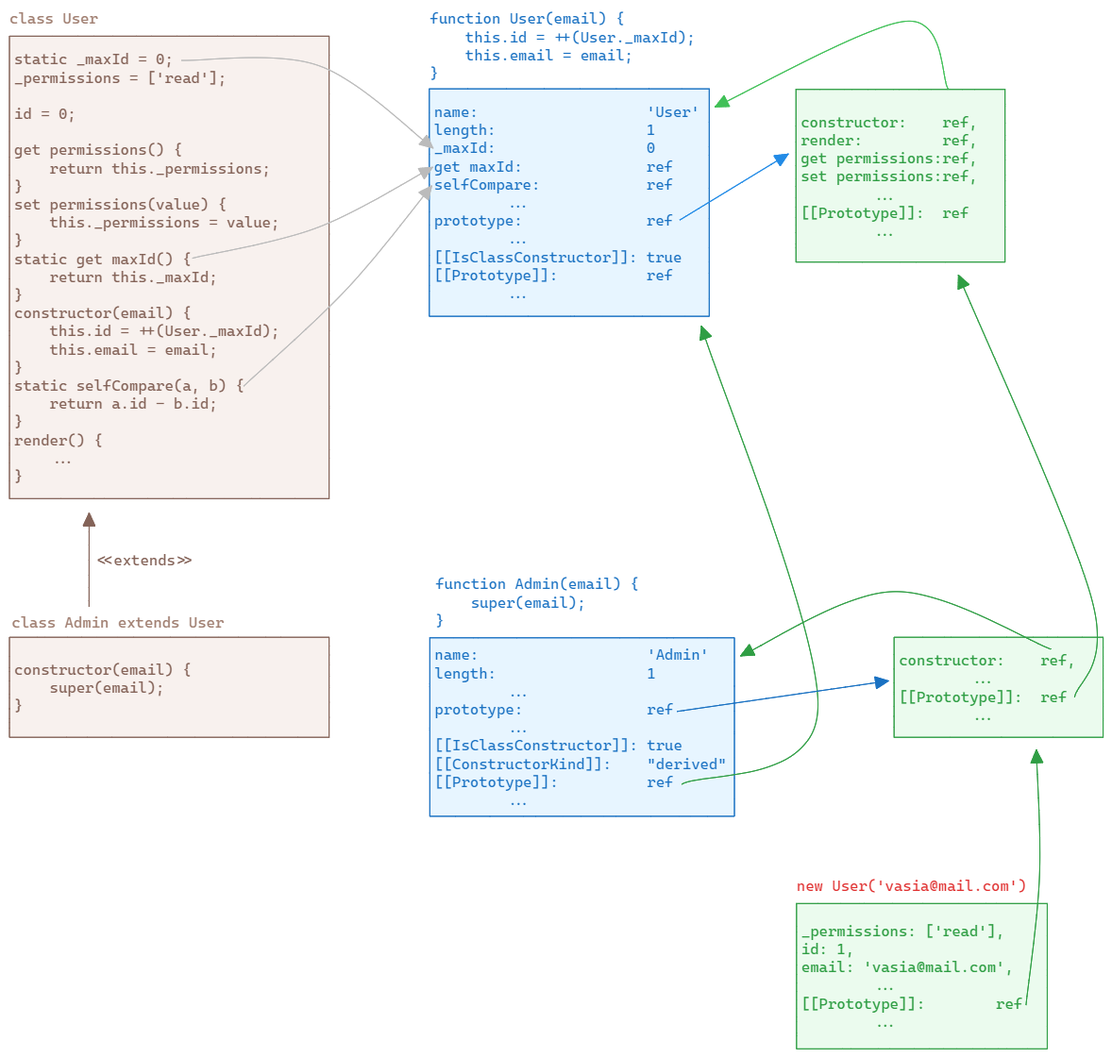
Before: img/708_class_static_inheritance.excalidraw.png, a diagram exported from Excalidraw (silvercodes/p32_p34_js). Source tidied: one line per element, renumbered; positions are measured from the earlier drawing's top-left corner, leaving out a move shared by most shapes.
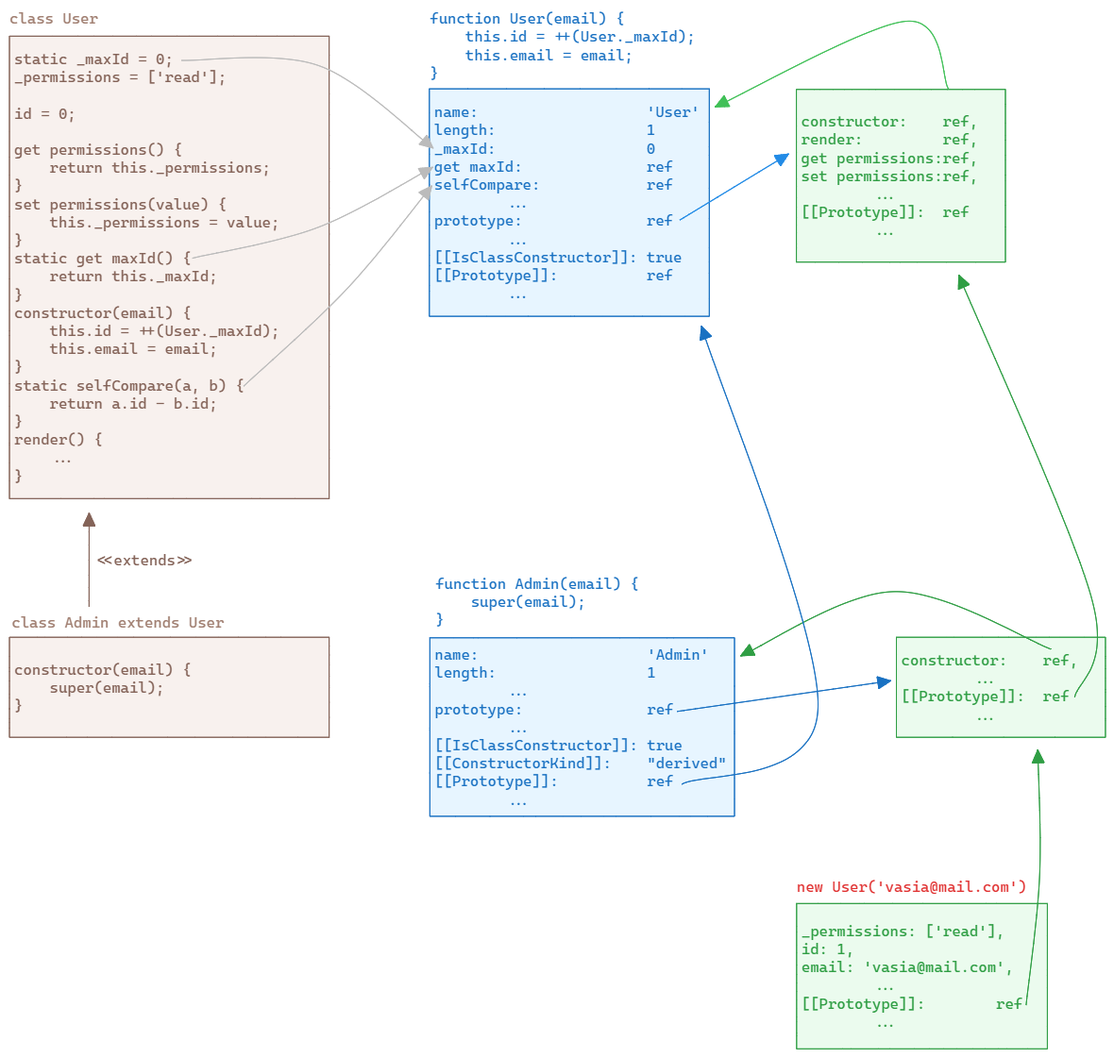
After the commit.

The edit, as a diff of the source:
```diff
@@ -4,10 +4,10 @@
 {"id": 3, "type": "rectangle", "strokeColor": "#1971c2", "backgroundColor": "#e7f5ff", "fillStyle": "solid", "strokeWidth": 1, "roughness": 0, "x": 445, "y": 84, "width": 297, "height": 241}
 {"id": 4, "type": "text", "text": "name:                   'User'\nlength:                 1\n_maxId:                 0\nget maxId:              ref\nselfCompare:            ref\n        ...\nprototype:              ref\n        ...\n[[IsClassConstructor]]: true\n[[Prototype]]:          ref\n        ...", "strokeColor": "#1971c2", "backgroundColor": "#e6fcf5", "fillStyle": "solid", "strokeWidth": 2, "roughness": 0, "fontSize": 16, "fontFamily": 3, "verticalAlign": "middle", "inside": 3, "x": 450, "y": 99, "width": 281, "height": 211}
 {"id": 5, "type": "text", "text": "function User(email) {\n    this.id = ++(User._maxId);\n    this.email = email;\n}", "strokeColor": "#1971c2", "backgroundColor": "#e7f5ff", "fillStyle": "solid", "strokeWidth": 1, "roughness": 0, "fontSize": 16, "fontFamily": 3, "x": 445, "y": 0, "width": 281, "height": 77}
-{"id": 6, "type": "rectangle", "strokeColor": "#2f9e44", "backgroundColor": "#ebfbee", "fillStyle": "solid", "strokeWidth": 1, "roughness": 0, "x": 833, "y": 85, "width": 221, "height": 183}
+{"id": 6, "type": "rectangle", "strokeColor": "#2f9e44", "backgroundColor": "#ebfbee", "fillStyle": "solid", "strokeWidth": 1, "roughness": 0, "x": 834, "y": 85, "width": 221, "height": 183}
-{"id": 7, "type": "text", "text": "constructor:    ref,\nrender:         ref,\nget permissions:ref,\nset permissions:ref,\n        ...\n[[Prototype]]:  ref\n        ...", "strokeColor": "#2f9e44", "backgroundColor": "#e6fcf5", "fillStyle": "solid", "strokeWidth": 2, "roughness": 0, "fontSize": 16, "fontFamily": 3, "verticalAlign": "middle", "inside": 6, "x": 838, "y": 109, "width": 188, "height": 134}
+{"id": 7, "type": "text", "text": "constructor:    ref,\nrender:         ref,\nget permissions:ref,\nset permissions:ref,\n        ...\n[[Prototype]]:  ref\n        ...", "strokeColor": "#2f9e44", "backgroundColor": "#e6fcf5", "fillStyle": "solid", "strokeWidth": 2, "roughness": 0, "fontSize": 16, "fontFamily": 3, "verticalAlign": "middle", "inside": 6, "x": 839, "y": 109, "width": 188, "height": 134}
 {"id": 8, "type": "arrow", "strokeColor": "#228be6", "backgroundColor": "#eaddd7", "fillStyle": "solid", "strokeWidth": 1, "roughness": 0, "endArrowhead": "triangle", "round": true, "to": 6, "x": 710, "y": 223, "width": 115, "height": 70, "points": [[0, 0], [115, -70]]}
-{"id": 9, "type": "arrow", "strokeColor": "#40c057", "backgroundColor": "#eaddd7", "fillStyle": "solid", "strokeWidth": 1, "roughness": 0, "endArrowhead": "triangle", "round": true, "from": 6, "to": 3, "x": 994, "y": 84, "width": 246, "height": 91, "points": [[0, 0], [-44, -71], [-246, 20]]}
+{"id": 9, "type": "arrow", "strokeColor": "#40c057", "backgroundColor": "#eaddd7", "fillStyle": "solid", "strokeWidth": 1, "roughness": 0, "endArrowhead": "triangle", "round": true, "from": 6, "to": 3, "x": 994, "y": 84, "width": 247, "height": 91, "points": [[0, 0], [-45, -71], [-247, 20]]}
 {"id": 10, "type": "text", "text": "new User('vasia@mail.com')", "strokeColor": "#e03131", "backgroundColor": "#f8f9fa", "fillStyle": "solid", "strokeWidth": 1, "roughness": 0, "fontSize": 16, "fontFamily": 3, "x": 834, "y": 919, "width": 244, "height": 19}
 {"id": 11, "type": "rectangle", "strokeColor": "#2f9e44", "backgroundColor": "#ebfbee", "fillStyle": "solid", "strokeWidth": 1, "roughness": 0, "x": 834, "y": 947, "width": 266, "height": 154}
 {"id": 12, "type": "text", "text": "_permissions: ['read'],\nid: 1,\nemail: 'vasia@mail.com',\n        ...\n[[Prototype]]:        ref\n        ...", "strokeColor": "#2f9e44", "backgroundColor": "#e6fcf5", "fillStyle": "solid", "strokeWidth": 2, "roughness": 0, "fontSize": 16, "fontFamily": 3, "verticalAlign": "middle", "inside": 11, "x": 839, "y": 967, "width": 234, "height": 115}
@@ -21,11 +21,11 @@
 {"id": 20, "type": "text", "text": "<<extends>>", "strokeColor": "#846358", "strokeWidth": 2, "roughness": 0, "fontSize": 16, "fontFamily": 3, "x": 92, "y": 574, "width": 103, "height": 19}
 {"id": 21, "type": "rectangle", "strokeColor": "#1971c2", "backgroundColor": "#e7f5ff", "fillStyle": "solid", "strokeWidth": 1, "roughness": 0, "x": 445, "y": 666, "width": 323, "height": 189}
 {"id": 22, "type": "text", "text": "name:                   'Admin'\nlength:                 1\n        ...\nprototype:              ref\n        ...\n[[IsClassConstructor]]: true\n[[ConstructorKind]]:    \"derived\"\n[[Prototype]]:          ref\n        ...", "strokeColor": "#1971c2", "backgroundColor": "#e6fcf5", "fillStyle": "solid", "strokeWidth": 2, "roughness": 0, "fontSize": 16, "fontFamily": 3, "verticalAlign": "middle", "inside": 21, "x": 450, "y": 674, "width": 309, "height": 173}
-{"id": 23, "type": "rectangle", "strokeColor": "#2f9e44", "backgroundColor": "#ebfbee", "fillStyle": "solid", "strokeWidth": 1, "roughness": 0, "x": 937, "y": 665, "width": 221, "height": 106}
+{"id": 23, "type": "rectangle", "strokeColor": "#2f9e44", "backgroundColor": "#ebfbee", "fillStyle": "solid", "strokeWidth": 1, "roughness": 0, "x": 940, "y": 665, "width": 221, "height": 106}
-{"id": 24, "type": "text", "text": "constructor:    ref,\n        ...\n[[Prototype]]:  ref\n        ...", "strokeColor": "#2f9e44", "backgroundColor": "#e6fcf5", "fillStyle": "solid", "strokeWidth": 2, "roughness": 0, "fontSize": 16, "fontFamily": 3, "verticalAlign": "middle", "inside": 23, "x": 942, "y": 680, "width": 188, "height": 77}
+{"id": 24, "type": "text", "text": "constructor:    ref,\n        ...\n[[Prototype]]:  ref\n        ...", "strokeColor": "#2f9e44", "backgroundColor": "#e6fcf5", "fillStyle": "solid", "strokeWidth": 2, "roughness": 0, "fontSize": 16, "fontFamily": 3, "verticalAlign": "middle", "inside": 23, "x": 945, "y": 680, "width": 188, "height": 77}
 {"id": 25, "type": "arrow", "strokeColor": "#2f9e44", "strokeWidth": 1, "roughness": 0, "endArrowhead": "triangle", "round": true, "to": 21, "x": 1103, "y": 678, "width": 329, "height": 68, "points": [[0, 0], [-166, -61], [-329, 7]]}
-{"id": 26, "type": "arrow", "strokeColor": "#2f9e44", "strokeWidth": 1, "roughness": 0, "endArrowhead": "triangle", "round": true, "to": 6, "x": 1128, "y": 729, "width": 141, "height": 447, "points": [[0, 0], [18, -106], [-123, -447]]}
+{"id": 26, "type": "arrow", "strokeColor": "#2f9e44", "strokeWidth": 1, "roughness": 0, "endArrowhead": "triangle", "round": true, "to": 6, "x": 1128, "y": 729, "width": 140, "height": 447, "points": [[0, 0], [18, -106], [-123, -447]]}
-{"id": 27, "type": "arrow", "strokeColor": "#2f9e44", "strokeWidth": 1, "roughness": 0, "endArrowhead": "triangle", "round": true, "to": 23, "x": 1077, "y": 1055, "width": 14, "height": 270, "points": [[0, 0], [14, -136], [11, -270]]}
+{"id": 27, "type": "arrow", "strokeColor": "#2f9e44", "strokeWidth": 1, "roughness": 0, "endArrowhead": "triangle", "round": true, "to": 23, "x": 1077, "y": 1055, "width": 14, "height": 270, "points": [[0, 0], [14, -136], [12, -270]]}
-{"id": 28, "type": "arrow", "strokeColor": "#2f9e44", "strokeWidth": 1, "roughness": 0, "endArrowhead": "triangle", "round": true, "to": 3, "x": 712, "y": 821, "width": 144, "height": 485, "points": [[0, 0], [144, -80], [21, -485]]}
+{"id": 28, "type": "arrow", "strokeColor": "#1971c2", "strokeWidth": 1, "roughness": 0, "endArrowhead": "triangle", "round": true, "to": 3, "x": 712, "y": 821, "width": 144, "height": 485, "points": [[0, 0], [144, -80], [21, -485]]}
-{"id": 29, "type": "arrow", "strokeColor": "#1971c2", "strokeWidth": 1, "roughness": 0, "endArrowhead": "triangle", "round": true, "to": 23, "x": 707, "y": 744, "width": 224, "height": 32, "points": [[0, 0], [224, -32]]}
+{"id": 29, "type": "arrow", "strokeColor": "#1971c2", "strokeWidth": 1, "roughness": 0, "endArrowhead": "triangle", "round": true, "to": 23, "x": 707, "y": 744, "width": 226, "height": 32, "points": [[0, 0], [226, -32]]}
 {"id": 30, "type": "text", "text": "function Admin(email) {\n    super(email);\n}", "strokeColor": "#1971c2", "backgroundColor": "#e7f5ff", "fillStyle": "solid", "strokeWidth": 1, "roughness": 0, "fontSize": 16, "fontFamily": 3, "x": 451, "y": 599, "width": 216, "height": 58}
```
